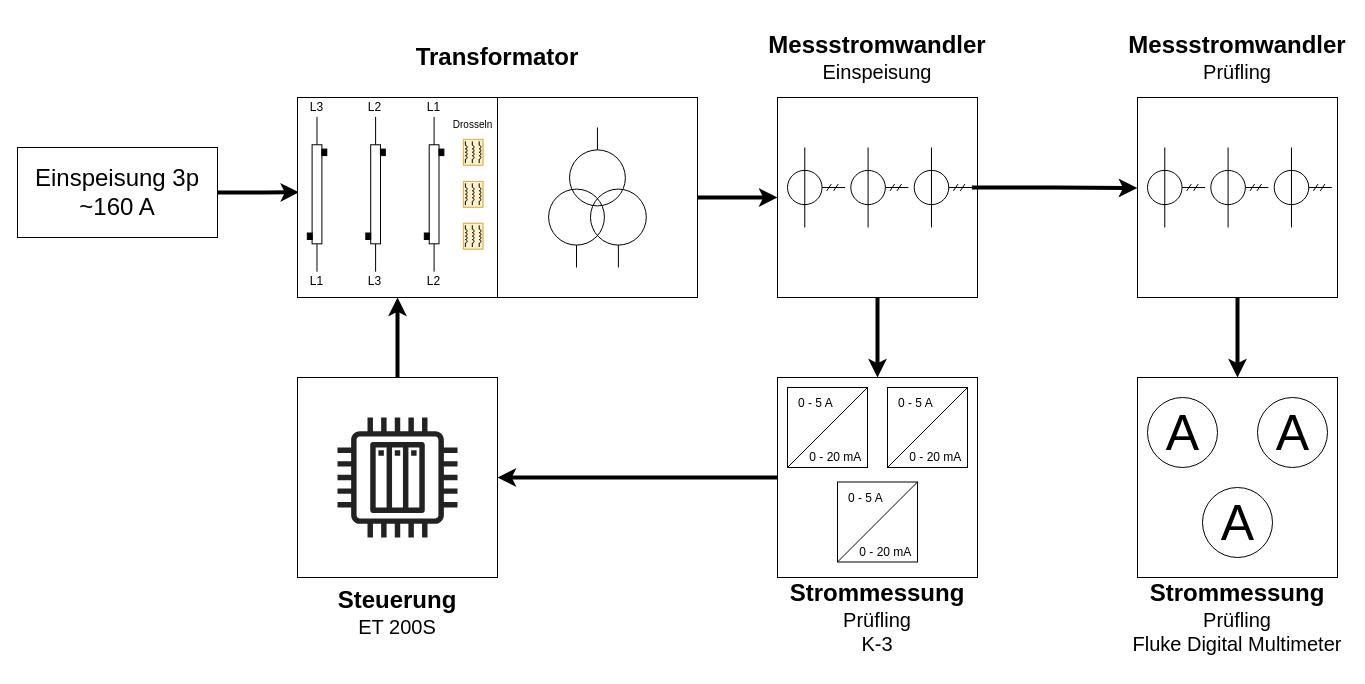
Earlier version of the draw.io diagram 03_Ressourcen/zeichnungen/aufbau_messstrecke..drawio (oliverschmidt99/Bachelorarbeit-Fremdfeldbeeinflussung-Messstromwandler). Source tidied: cells renumbered, new cells numbered last; positions are measured from the earlier drawing's top-left corner, leaving out a move shared by most shapes. Both pictures are drawn from the tidied source at 100%, with x=0, y=0 at pixel (17, 17).
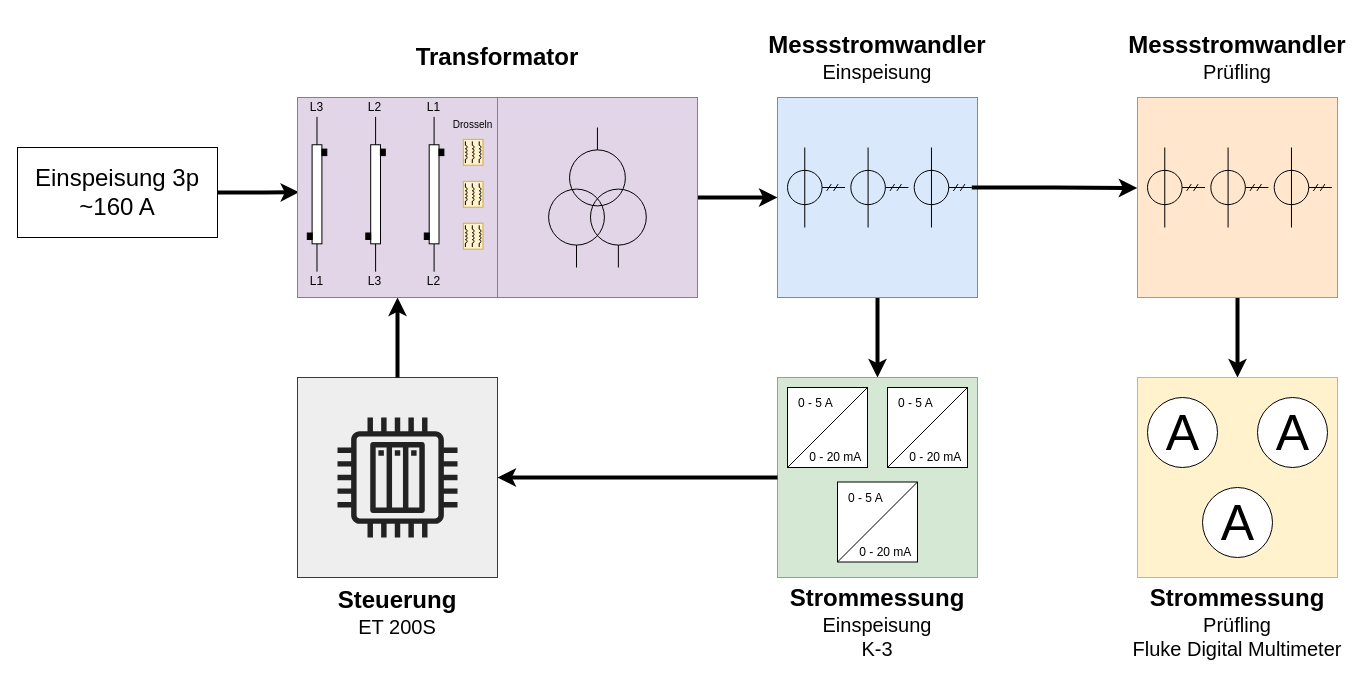
Above is the later version.

Commit message (it also covers changes not shown here):
Enhance diagram styles and add PDF documentation for measurement setup

The change refers to these unchanged cells:
```xml
<mxCell id="22" style="group;" parent="1" vertex="1">
  <mxGeometry x="280" y="360" width="200" height="270" as="geometry" />
</mxCell>
```

The edit, as a diff of the source:
```diff
@@
-    <mxCell id="2" style="group;" parent="1" vertex="1">
+    <mxCell id="2" style="group;fillColor=#f8cecc;strokeColor=#b85450;" parent="1" vertex="1">
       <mxGeometry x="760" y="80" width="200" height="200" as="geometry" />
     </mxCell>
@@
-    <mxCell id="4" style="whiteSpace=wrap;html=1;" parent="2" vertex="1">
+    <mxCell id="4" style="whiteSpace=wrap;html=1;fillColor=#dae8fc;strokeColor=#6c8ebf;" parent="2" vertex="1">
       <mxGeometry width="200" height="200" as="geometry" />
     </mxCell>
@@
-    <mxCell id="8" style="group;" parent="1" vertex="1">
+    <mxCell id="8" style="group;fillColor=#d5e8d4;strokeColor=#82b366;" parent="1" vertex="1">
       <mxGeometry x="760" y="360" width="200" height="200" as="geometry" />
     </mxCell>
-    <mxCell id="9" style="whiteSpace=wrap;html=1;" parent="8" vertex="1">
+    <mxCell id="9" style="whiteSpace=wrap;html=1;fillColor=#d5e8d4;strokeColor=#82b366;" parent="8" vertex="1">
       <mxGeometry width="200" height="200" as="geometry" />
     </mxCell>
@@
-    <mxCell id="23" style="whiteSpace=wrap;html=1;" parent="22" vertex="1">
+    <mxCell id="23" style="whiteSpace=wrap;html=1;fillColor=#eeeeee;strokeColor=#36393d;" parent="22" vertex="1">
       <mxGeometry width="200" height="200" as="geometry" />
     </mxCell>
@@
-    <mxCell id="33" style="group;" parent="1" vertex="1">
+    <mxCell id="33" style="group;fillColor=#e1d5e7;strokeColor=#9673a6;" parent="1" vertex="1">
       <mxGeometry x="280" y="80" width="400" height="200" as="geometry" />
     </mxCell>
-    <mxCell id="34" style="group;" parent="33" vertex="1">
+    <mxCell id="34" style="group;fillColor=#e1d5e7;strokeColor=#9673a6;" parent="33" vertex="1">
       <mxGeometry x="200" width="200" height="200" as="geometry" />
     </mxCell>
-    <mxCell id="35" style="whiteSpace=wrap;html=1;" parent="34" vertex="1">
+    <mxCell id="35" style="whiteSpace=wrap;html=1;fillColor=#e1d5e7;strokeColor=#9673a6;" parent="34" vertex="1">
       <mxGeometry width="200" height="200" as="geometry" />
     </mxCell>
@@
-    <mxCell id="37" style="group;" parent="33" vertex="1">
+    <mxCell id="37" style="group;fillColor=#e1d5e7;strokeColor=#9673a6;" parent="33" vertex="1">
       <mxGeometry width="200" height="200" as="geometry" />
     </mxCell>
-    <mxCell id="38" style="whiteSpace=wrap;html=1;" parent="37" vertex="1">
+    <mxCell id="38" style="whiteSpace=wrap;html=1;fillColor=#e1d5e7;strokeColor=#9673a6;" parent="37" vertex="1">
       <mxGeometry width="200" height="200" as="geometry" />
     </mxCell>
@@
-    <mxCell id="70" style="group;" parent="1" vertex="1">
+    <mxCell id="70" style="group;fillColor=#ffe6cc;strokeColor=#d79b00;" parent="1" vertex="1">
       <mxGeometry x="1120" y="80" width="200" height="200" as="geometry" />
     </mxCell>
@@
-    <mxCell id="72" style="whiteSpace=wrap;html=1;" parent="70" vertex="1">
+    <mxCell id="72" style="whiteSpace=wrap;html=1;fillColor=#ffe6cc;strokeColor=#d79b00;" parent="70" vertex="1">
       <mxGeometry width="200" height="200" as="geometry" />
     </mxCell>
@@
-    <mxCell id="76" style="whiteSpace=wrap;html=1;" parent="1" vertex="1">
+    <mxCell id="76" style="whiteSpace=wrap;html=1;fillColor=#fff2cc;strokeColor=#d6b656;" parent="1" vertex="1">
       <mxGeometry x="1120" y="360" width="200" height="200" as="geometry" />
     </mxCell>
@@
     <mxCell id="81" value="&lt;div&gt;&lt;span style=&quot;font-size: 24px;&quot;&gt;&lt;font style=&quot;&quot;&gt;&lt;b&gt;Strommessung&lt;/b&gt;&lt;/font&gt;&lt;/span&gt;&lt;/div&gt;&lt;div&gt;&lt;span style=&quot;&quot;&gt;&lt;font style=&quot;font-size: 20px;&quot;&gt;Prüfling&lt;/font&gt;&lt;/span&gt;&lt;/div&gt;&lt;div&gt;&lt;span style=&quot;&quot;&gt;&lt;font style=&quot;font-size: 20px;&quot;&gt;Fluke Digital Multimeter&lt;/font&gt;&lt;/span&gt;&lt;/div&gt;" style="text;html=1;whiteSpace=wrap;strokeColor=none;fillColor=none;align=center;verticalAlign=middle;rounded=0;" parent="1" vertex="1">
-      <mxGeometry x="1110" y="560" width="220" height="80" as="geometry" />
+      <mxGeometry x="1110" y="560" width="220" height="90" as="geometry" />
     </mxCell>
@@
-    <mxCell id="83" value="&lt;div&gt;&lt;span style=&quot;font-size: 24px;&quot;&gt;&lt;font style=&quot;&quot;&gt;&lt;b&gt;Strommessung&lt;/b&gt;&lt;/font&gt;&lt;/span&gt;&lt;/div&gt;&lt;div&gt;&lt;span style=&quot;&quot;&gt;&lt;font style=&quot;font-size: 20px;&quot;&gt;Prüfling&lt;/font&gt;&lt;/span&gt;&lt;/div&gt;&lt;div&gt;&lt;span style=&quot;&quot;&gt;&lt;font style=&quot;font-size: 20px;&quot;&gt;K-3&lt;/font&gt;&lt;/span&gt;&lt;/div&gt;" style="text;html=1;whiteSpace=wrap;strokeColor=none;fillColor=none;align=center;verticalAlign=middle;rounded=0;" parent="1" vertex="1">
-      <mxGeometry x="750" y="560" width="220" height="80" as="geometry" />
+    <mxCell id="83" value="&lt;div&gt;&lt;span style=&quot;font-size: 24px;&quot;&gt;&lt;font style=&quot;&quot;&gt;&lt;b&gt;Strommessung&lt;/b&gt;&lt;/font&gt;&lt;/span&gt;&lt;/div&gt;&lt;div&gt;&lt;span style=&quot;font-size: 20px;&quot;&gt;Einspeisung&lt;/span&gt;&lt;/div&gt;&lt;div&gt;&lt;span style=&quot;&quot;&gt;&lt;font style=&quot;font-size: 20px;&quot;&gt;K-3&lt;/font&gt;&lt;/span&gt;&lt;/div&gt;" style="text;html=1;whiteSpace=wrap;strokeColor=none;fillColor=none;align=center;verticalAlign=middle;rounded=0;" parent="1" vertex="1">
+      <mxGeometry x="750" y="560" width="220" height="90" as="geometry" />
     </mxCell>
```
